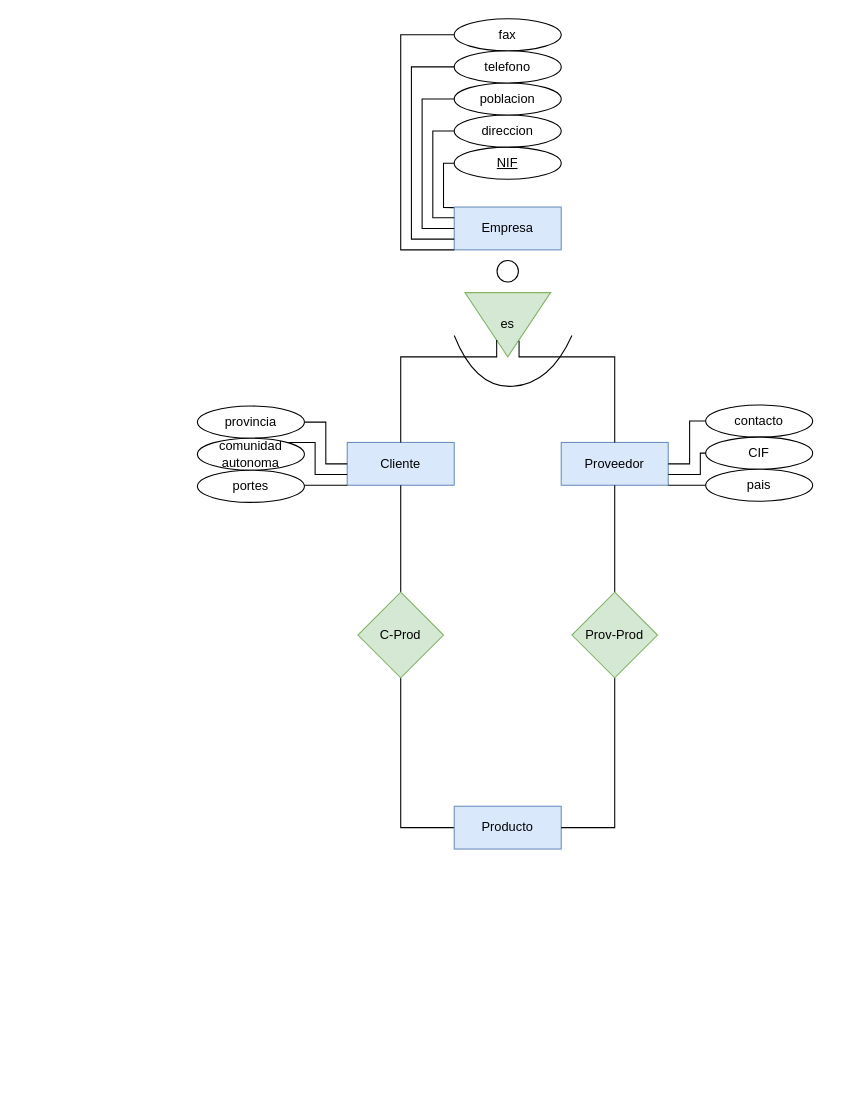
Before: Unidad_1/Tareas/Tareas_entregables/Tarea_4/Empresa.drawio in OxideVanadium/base_de_datos, a draw.io diagram. Source tidied: cells renumbered, new cells numbered last; positions are measured from the earlier drawing's top-left corner, leaving out a move shared by most shapes. Both pictures are drawn from the tidied source at 107%, with x=0, y=0 at pixel (197, 18).
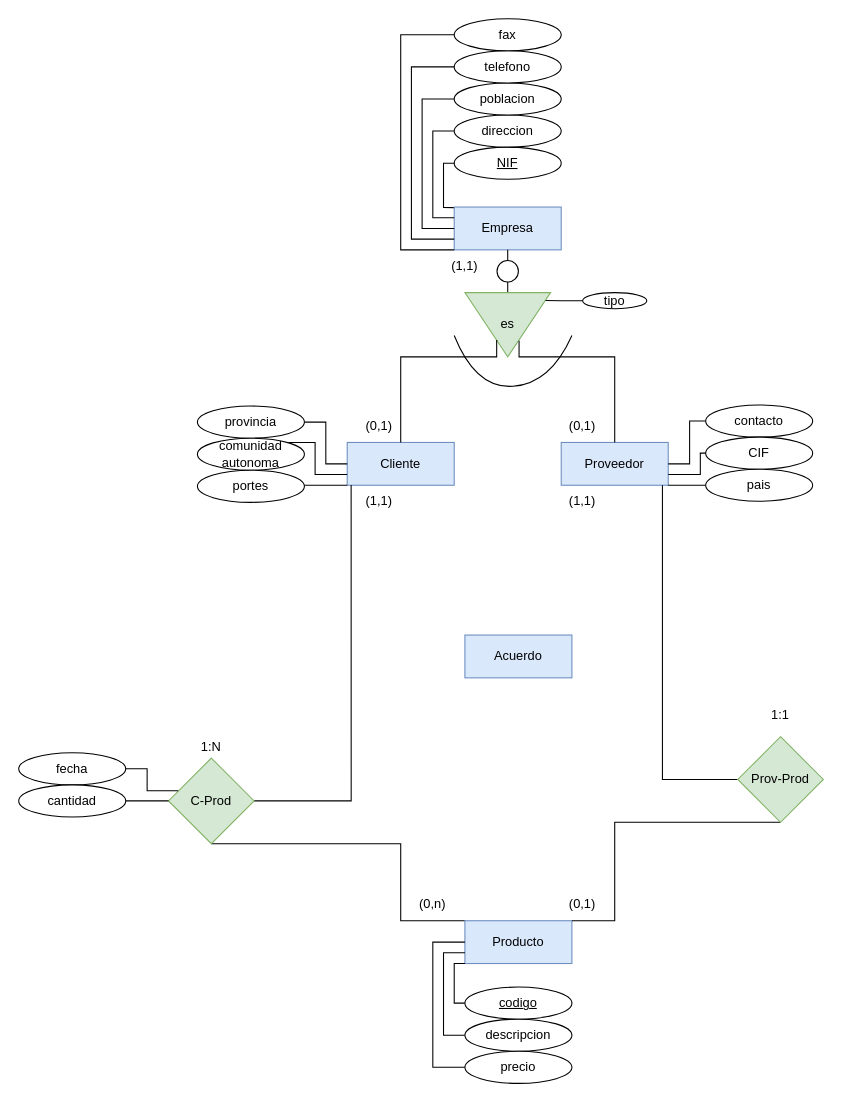
Above is the later version.

The change refers to these unchanged cells:
```xml
<mxCell id="3" value="Cliente" style="whiteSpace=wrap;html=1;align=center;fillColor=#dae8fc;strokeColor=#6c8ebf;" parent="1" vertex="1">
  <mxGeometry x="140" y="396" width="100" height="40" as="geometry" />
</mxCell>
<mxCell id="4" value="Proveedor" style="whiteSpace=wrap;html=1;align=center;fillColor=#dae8fc;strokeColor=#6c8ebf;" parent="1" vertex="1">
  <mxGeometry x="340" y="396" width="100" height="40" as="geometry" />
</mxCell>
<mxCell id="7" style="triangle;whiteSpace=wrap;html=1;rotation=90;fillColor=#d5e8d4;strokeColor=#82b366;" parent="1" vertex="1">
  <mxGeometry x="260" y="246" width="60" height="80" as="geometry" />
</mxCell>
<mxCell id="8" style="ellipse;whiteSpace=wrap;html=1;" parent="1" vertex="1">
  <mxGeometry x="280" y="226" width="20" height="20" as="geometry" />
</mxCell>
```

The edit, as a diff of the source:
```diff
@@
-    <mxCell id="5" style="edgeStyle=orthogonalEdgeStyle;rounded=0;jettySize=auto;html=1;entryX=0.5;entryY=1;entryDx=0;entryDy=0;endArrow=none;endFill=0;" parent="1" edge="1" source="6" target="37">
-      <mxGeometry relative="1" as="geometry" />
+    <mxCell id="5" style="edgeStyle=orthogonalEdgeStyle;rounded=0;jettySize=auto;html=1;entryX=0.5;entryY=1;entryDx=0;entryDy=0;endArrow=none;endFill=0;exitX=0;exitY=0;exitDx=0;exitDy=0;" parent="1" edge="1" source="6" target="37">
+      <mxGeometry relative="1" as="geometry">
+        <Array as="points">
+          <mxPoint x="190" y="843" />
+        </Array>
+      </mxGeometry>
     </mxCell>
     <mxCell id="6" value="Producto" style="whiteSpace=wrap;html=1;align=center;fillColor=#dae8fc;strokeColor=#6c8ebf;" parent="1" vertex="1">
-      <mxGeometry x="240" y="736" width="100" height="40" as="geometry" />
+      <mxGeometry x="250" y="843" width="100" height="40" as="geometry" />
     </mxCell>
+    <mxCell id="40" style="edgeStyle=orthogonalEdgeStyle;rounded=0;jettySize=auto;html=1;entryX=0.5;entryY=1;entryDx=0;entryDy=0;endArrow=none;endFill=0;" parent="1" edge="1" source="7" target="8">
+      <mxGeometry relative="1" as="geometry" />
+    </mxCell>
@@
-    <mxCell id="33" style="edgeStyle=orthogonalEdgeStyle;rounded=0;jettySize=auto;html=1;entryX=0.5;entryY=1;entryDx=0;entryDy=0;endArrow=none;endFill=0;" parent="1" edge="1" source="35" target="4">
+    <mxCell id="33" style="edgeStyle=orthogonalEdgeStyle;rounded=0;jettySize=auto;html=1;entryX=0.946;entryY=1.002;entryDx=0;entryDy=0;endArrow=none;endFill=0;entryPerimeter=0;" parent="1" edge="1" source="35" target="4">
       <mxGeometry relative="1" as="geometry" />
     </mxCell>
-    <mxCell id="34" style="edgeStyle=orthogonalEdgeStyle;rounded=0;jettySize=auto;html=1;entryX=1;entryY=0.5;entryDx=0;entryDy=0;endArrow=none;endFill=0;exitX=0.5;exitY=1;exitDx=0;exitDy=0;" parent="1" edge="1" source="35" target="6">
-      <mxGeometry relative="1" as="geometry" />
+    <mxCell id="34" style="edgeStyle=orthogonalEdgeStyle;rounded=0;jettySize=auto;html=1;entryX=1;entryY=0;entryDx=0;entryDy=0;endArrow=none;endFill=0;exitX=0.5;exitY=1;exitDx=0;exitDy=0;" parent="1" edge="1" source="35" target="6">
+      <mxGeometry relative="1" as="geometry">
+        <Array as="points">
+          <mxPoint x="390" y="843" />
+        </Array>
+      </mxGeometry>
     </mxCell>
     <mxCell id="35" value="Prov-Prod" style="rhombus;whiteSpace=wrap;html=1;fillColor=#d5e8d4;strokeColor=#82b366;" parent="1" vertex="1">
-      <mxGeometry x="350" y="536" width="80" height="80" as="geometry" />
+      <mxGeometry x="505" y="671" width="80" height="80" as="geometry" />
     </mxCell>
-    <mxCell id="36" style="edgeStyle=orthogonalEdgeStyle;rounded=0;jettySize=auto;html=1;entryX=0.5;entryY=1;entryDx=0;entryDy=0;endArrow=none;endFill=0;" parent="1" edge="1" source="37" target="3">
-      <mxGeometry relative="1" as="geometry" />
+    <mxCell id="36" style="edgeStyle=orthogonalEdgeStyle;rounded=0;jettySize=auto;html=1;entryX=0.061;entryY=-0.007;entryDx=0;entryDy=0;endArrow=none;endFill=0;entryPerimeter=0;" parent="1" edge="1" source="37" target="59">
+      <mxGeometry relative="1" as="geometry">
+        <Array as="points">
+          <mxPoint x="144" y="731" />
+        </Array>
+      </mxGeometry>
     </mxCell>
     <mxCell id="37" value="C-Prod" style="rhombus;whiteSpace=wrap;html=1;fillColor=#d5e8d4;strokeColor=#82b366;" parent="1" vertex="1">
-      <mxGeometry x="150" y="536" width="80" height="80" as="geometry" />
+      <mxGeometry x="-27" y="691" width="80" height="80" as="geometry" />
     </mxCell>
@@
+    <mxCell id="41" style="edgeStyle=orthogonalEdgeStyle;rounded=0;jettySize=auto;html=1;entryX=0;entryY=1;entryDx=0;entryDy=0;endArrow=none;endFill=0;" parent="1" edge="1" source="42" target="6">
+      <mxGeometry relative="1" as="geometry">
+        <Array as="points">
+          <mxPoint x="240" y="920" />
+          <mxPoint x="240" y="883" />
+        </Array>
+      </mxGeometry>
+    </mxCell>
+    <mxCell id="42" value="codigo" style="ellipse;whiteSpace=wrap;html=1;align=center;fontStyle=4;" parent="1" vertex="1">
+      <mxGeometry x="250" y="905" width="100" height="30" as="geometry" />
+    </mxCell>
+    <mxCell id="43" style="edgeStyle=orthogonalEdgeStyle;rounded=0;jettySize=auto;html=1;entryX=0;entryY=0.75;entryDx=0;entryDy=0;endArrow=none;endFill=0;" parent="1" edge="1" source="44" target="6">
+      <mxGeometry relative="1" as="geometry">
+        <Array as="points">
+          <mxPoint x="230" y="950" />
+          <mxPoint x="230" y="873" />
+        </Array>
+      </mxGeometry>
+    </mxCell>
+    <mxCell id="44" value="descripcion" style="ellipse;whiteSpace=wrap;html=1;align=center;" parent="1" vertex="1">
+      <mxGeometry x="250" y="935" width="100" height="30" as="geometry" />
+    </mxCell>
+    <mxCell id="45" value="precio" style="ellipse;whiteSpace=wrap;html=1;align=center;" parent="1" vertex="1">
+      <mxGeometry x="250" y="965" width="100" height="30" as="geometry" />
+    </mxCell>
+    <mxCell id="46" style="edgeStyle=orthogonalEdgeStyle;rounded=0;jettySize=auto;html=1;entryX=0;entryY=0.5;entryDx=0;entryDy=0;endArrow=none;endFill=0;" parent="1" edge="1" source="45" target="6">
+      <mxGeometry relative="1" as="geometry">
+        <Array as="points">
+          <mxPoint x="220" y="980" />
+          <mxPoint x="220" y="863" />
+        </Array>
+      </mxGeometry>
+    </mxCell>
+    <mxCell id="47" value="fecha" style="ellipse;whiteSpace=wrap;html=1;align=center;" parent="1" vertex="1">
+      <mxGeometry x="-167" y="686" width="100" height="30" as="geometry" />
+    </mxCell>
+    <mxCell id="48" style="edgeStyle=orthogonalEdgeStyle;rounded=0;jettySize=auto;html=1;entryX=0;entryY=0.5;entryDx=0;entryDy=0;endArrow=none;endFill=0;" parent="1" edge="1" source="49" target="37">
+      <mxGeometry relative="1" as="geometry" />
+    </mxCell>
+    <mxCell id="49" value="cantidad" style="ellipse;whiteSpace=wrap;html=1;align=center;" parent="1" vertex="1">
+      <mxGeometry x="-167" y="716" width="100" height="30" as="geometry" />
+    </mxCell>
+    <mxCell id="50" value="tipo" style="ellipse;whiteSpace=wrap;html=1;align=center;" parent="1" vertex="1">
+      <mxGeometry x="360" y="256" width="60" height="15" as="geometry" />
+    </mxCell>
+    <mxCell id="51" style="edgeStyle=orthogonalEdgeStyle;rounded=0;jettySize=auto;html=1;entryX=0.122;entryY=0.057;entryDx=0;entryDy=0;entryPerimeter=0;endArrow=none;endFill=0;" parent="1" edge="1" source="50" target="7">
+      <mxGeometry relative="1" as="geometry" />
+    </mxCell>
+    <mxCell id="52" value="(1,1)" style="text;html=1;strokeColor=none;fillColor=none;align=center;verticalAlign=middle;whiteSpace=wrap;rounded=0;" parent="1" vertex="1">
+      <mxGeometry x="220" y="216" width="60" height="30" as="geometry" />
+    </mxCell>
+    <mxCell id="53" value="(0,1)" style="text;html=1;strokeColor=none;fillColor=none;align=center;verticalAlign=middle;whiteSpace=wrap;rounded=0;" parent="1" vertex="1">
+      <mxGeometry x="140" y="366" width="60" height="30" as="geometry" />
+    </mxCell>
+    <mxCell id="54" value="(0,1)" style="text;html=1;strokeColor=none;fillColor=none;align=center;verticalAlign=middle;whiteSpace=wrap;rounded=0;" parent="1" vertex="1">
+      <mxGeometry x="330" y="366" width="60" height="30" as="geometry" />
+    </mxCell>
+    <mxCell id="55" value="(1,1)" style="text;html=1;strokeColor=none;fillColor=none;align=center;verticalAlign=middle;whiteSpace=wrap;rounded=0;" parent="1" vertex="1">
+      <mxGeometry x="330" y="436" width="60" height="30" as="geometry" />
+    </mxCell>
+    <mxCell id="56" value="(0,1)" style="text;html=1;strokeColor=none;fillColor=none;align=center;verticalAlign=middle;whiteSpace=wrap;rounded=0;" parent="1" vertex="1">
+      <mxGeometry x="330" y="813" width="60" height="30" as="geometry" />
+    </mxCell>
+    <mxCell id="57" value="1:1" style="text;html=1;strokeColor=none;fillColor=none;align=center;verticalAlign=middle;whiteSpace=wrap;rounded=0;" parent="1" vertex="1">
+      <mxGeometry x="515" y="636" width="60" height="30" as="geometry" />
+    </mxCell>
+    <mxCell id="58" value="(0,n)" style="text;html=1;strokeColor=none;fillColor=none;align=center;verticalAlign=middle;whiteSpace=wrap;rounded=0;" parent="1" vertex="1">
+      <mxGeometry x="190" y="813" width="60" height="30" as="geometry" />
+    </mxCell>
+    <mxCell id="59" value="(1,1)" style="text;html=1;strokeColor=none;fillColor=none;align=center;verticalAlign=middle;whiteSpace=wrap;rounded=0;" parent="1" vertex="1">
+      <mxGeometry x="140" y="436" width="60" height="30" as="geometry" />
+    </mxCell>
+    <mxCell id="60" value="1:N" style="text;html=1;strokeColor=none;fillColor=none;align=center;verticalAlign=middle;whiteSpace=wrap;rounded=0;" parent="1" vertex="1">
+      <mxGeometry x="-17" y="666" width="60" height="30" as="geometry" />
+    </mxCell>
+    <mxCell id="61" style="edgeStyle=orthogonalEdgeStyle;rounded=0;jettySize=auto;html=1;entryX=0.113;entryY=0.382;entryDx=0;entryDy=0;entryPerimeter=0;endArrow=none;endFill=0;" parent="1" edge="1" source="47" target="37">
+      <mxGeometry relative="1" as="geometry" />
+    </mxCell>
+    <mxCell id="62" style="edgeStyle=orthogonalEdgeStyle;rounded=0;jettySize=auto;html=1;endArrow=none;endFill=0;" parent="1" edge="1" source="8">
+      <mxGeometry relative="1" as="geometry">
+        <mxPoint x="290" y="216" as="targetPoint" />
+        <Array as="points">
+          <mxPoint x="290" y="216" />
+          <mxPoint x="289" y="216" />
+        </Array>
+      </mxGeometry>
+    </mxCell>
+    <mxCell id="63" value="Acuerdo" style="whiteSpace=wrap;html=1;align=center;fillColor=#dae8fc;strokeColor=#6c8ebf;" parent="1" vertex="1">
+      <mxGeometry x="250" y="576" width="100" height="40" as="geometry" />
+    </mxCell>
```
